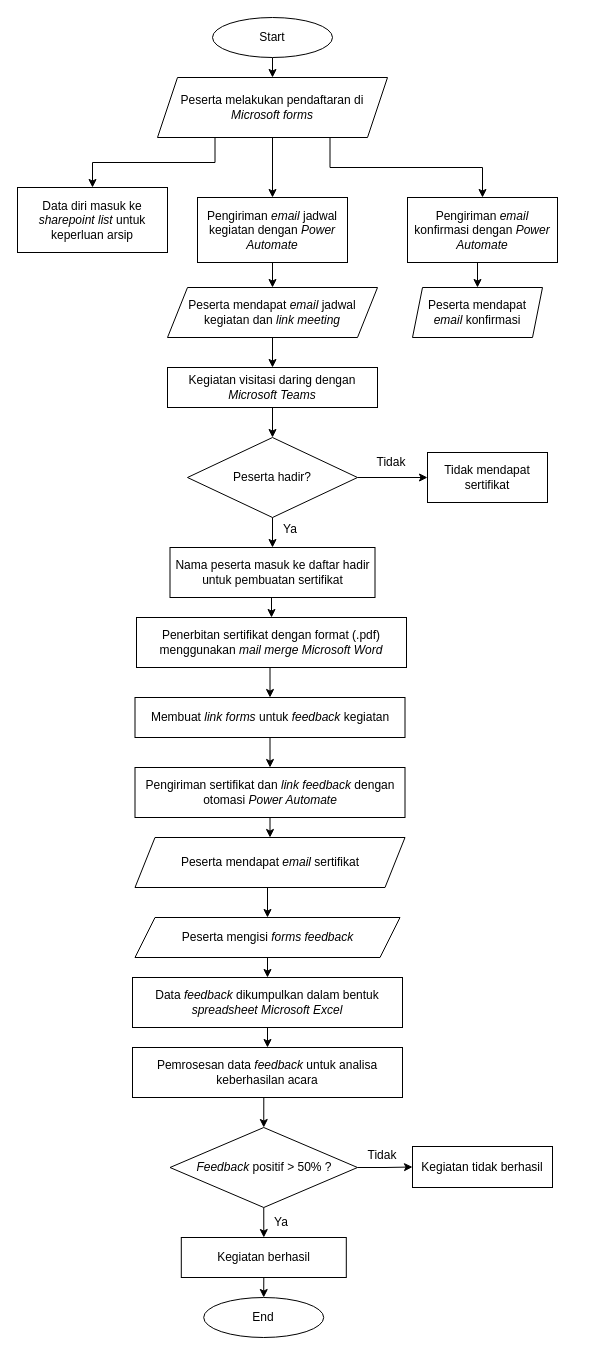
Before: Flowchart Proses.drawio in kairamilanifitria/Capstone-Project, a draw.io diagram. Source tidied: cells renumbered, new cells numbered last; positions are measured from the earlier drawing's top-left corner, leaving out a move shared by most shapes. Both pictures are drawn from the tidied source at 100%, with x=0, y=0 at pixel (17, 17).
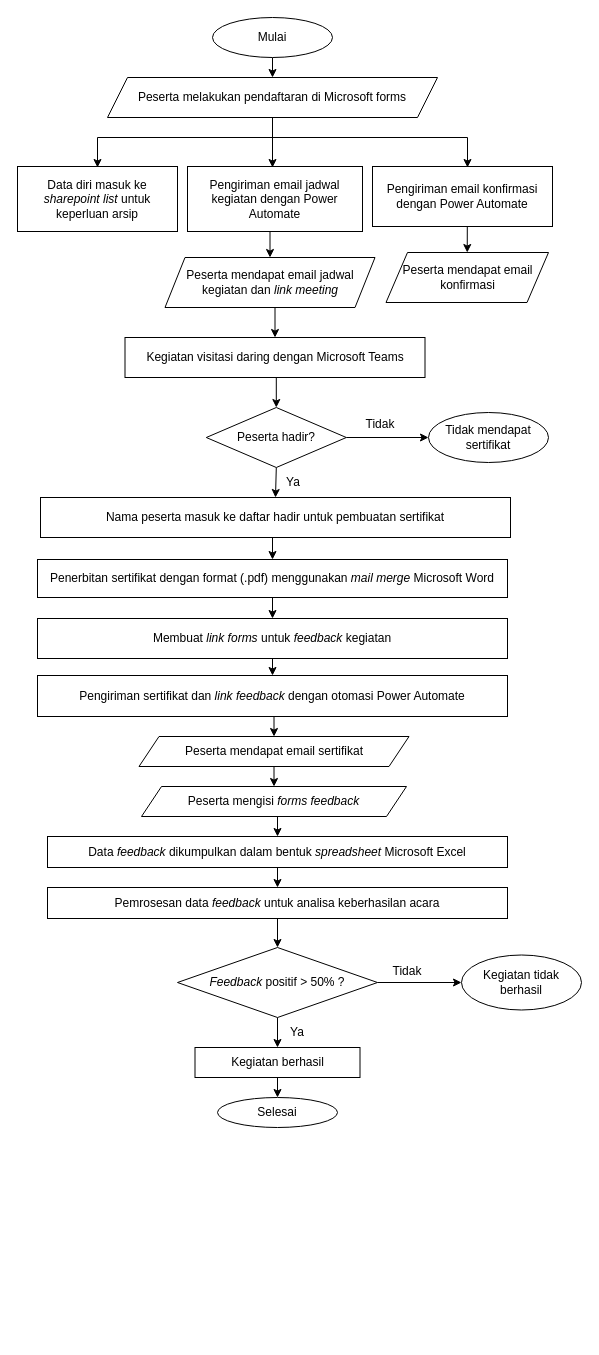
The same page after the edit.

The edit, as a diff of the source:
```diff
@@
-    <mxCell id="3" value="Start" style="ellipse;whiteSpace=wrap;html=1;" parent="1" vertex="1">
+    <mxCell id="3" value="Mulai" style="ellipse;whiteSpace=wrap;html=1;" parent="1" vertex="1">
       <mxGeometry x="195" width="120" height="40" as="geometry" />
     </mxCell>
-    <mxCell id="4" style="edgeStyle=orthogonalEdgeStyle;rounded=0;jettySize=auto;html=1;exitX=0.25;exitY=1;exitDx=0;exitDy=0;entryX=0.5;entryY=0;entryDx=0;entryDy=0;" parent="1" edge="1" source="7" target="8">
-      <mxGeometry relative="1" as="geometry" />
-    </mxCell>
-    <mxCell id="5" style="edgeStyle=orthogonalEdgeStyle;rounded=0;jettySize=auto;html=1;exitX=0.5;exitY=1;exitDx=0;exitDy=0;entryX=0.5;entryY=0;entryDx=0;entryDy=0;" parent="1" edge="1" source="7" target="12">
-      <mxGeometry relative="1" as="geometry" />
-    </mxCell>
-    <mxCell id="6" style="edgeStyle=orthogonalEdgeStyle;rounded=0;jettySize=auto;html=1;exitX=0.75;exitY=1;exitDx=0;exitDy=0;entryX=0.5;entryY=0;entryDx=0;entryDy=0;" parent="1" edge="1" source="7" target="10">
-      <mxGeometry relative="1" as="geometry" />
-    </mxCell>
-    <mxCell id="7" value="Peserta melakukan pendaftaran di &lt;i&gt;Microsoft&amp;nbsp;forms&lt;/i&gt;" style="shape=parallelogram;perimeter=parallelogramPerimeter;whiteSpace=wrap;html=1;fixedSize=1;" parent="1" vertex="1">
-      <mxGeometry x="140" y="60" width="230" height="60" as="geometry" />
+    <mxCell id="7" value="Peserta melakukan pendaftaran di Microsoft&amp;nbsp;forms" style="shape=parallelogram;perimeter=parallelogramPerimeter;whiteSpace=wrap;html=1;fixedSize=1;" parent="1" vertex="1">
+      <mxGeometry x="90" y="60" width="330" height="40" as="geometry" />
     </mxCell>
     <mxCell id="8" value="Data diri masuk ke &lt;i&gt;sharepoint list &lt;/i&gt;untuk keperluan arsip" style="rounded=0;whiteSpace=wrap;html=1;" parent="1" vertex="1">
-      <mxGeometry y="170" width="150" height="65" as="geometry" />
+      <mxGeometry y="149" width="160" height="65" as="geometry" />
     </mxCell>
@@
-    <mxCell id="10" value="Pengiriman &lt;i&gt;email&lt;/i&gt; konfirmasi dengan &lt;i&gt;Power Automate&lt;/i&gt;" style="rounded=0;whiteSpace=wrap;html=1;" parent="1" vertex="1">
-      <mxGeometry x="390" y="180" width="150" height="65" as="geometry" />
+    <mxCell id="10" value="Pengiriman email konfirmasi dengan Power Automate" style="rounded=0;whiteSpace=wrap;html=1;" parent="1" vertex="1">
+      <mxGeometry x="355" y="149" width="180" height="60" as="geometry" />
     </mxCell>
@@
-    <mxCell id="12" value="Pengiriman &lt;i&gt;email&lt;/i&gt; jadwal kegiatan dengan &lt;i&gt;Power Automate&lt;/i&gt;" style="rounded=0;whiteSpace=wrap;html=1;" parent="1" vertex="1">
-      <mxGeometry x="180" y="180" width="150" height="65" as="geometry" />
+    <mxCell id="12" value="Pengiriman email jadwal kegiatan dengan Power Automate" style="rounded=0;whiteSpace=wrap;html=1;" parent="1" vertex="1">
+      <mxGeometry x="170" y="149" width="175" height="65" as="geometry" />
     </mxCell>
-    <mxCell id="13" value="Peserta mendapat &lt;i&gt;email&lt;/i&gt; konfirmasi" style="shape=parallelogram;perimeter=parallelogramPerimeter;whiteSpace=wrap;html=1;fixedSize=1;size=10;" parent="1" vertex="1">
-      <mxGeometry x="395" y="270" width="130" height="50" as="geometry" />
+    <mxCell id="13" value="Peserta mendapat email konfirmasi" style="shape=parallelogram;perimeter=parallelogramPerimeter;whiteSpace=wrap;html=1;fixedSize=1;size=21.5;" parent="1" vertex="1">
+      <mxGeometry x="368.5" y="235" width="162.5" height="50" as="geometry" />
     </mxCell>
-    <mxCell id="14" style="edgeStyle=orthogonalEdgeStyle;rounded=0;jettySize=auto;html=1;exitX=0.5;exitY=1;exitDx=0;exitDy=0;" parent="1" edge="1" source="15" target="17">
+    <mxCell id="14" style="edgeStyle=orthogonalEdgeStyle;rounded=0;jettySize=auto;html=1;exitX=0.5;exitY=1;exitDx=0;exitDy=0;entryX=0.5;entryY=0;entryDx=0;entryDy=0;" parent="1" edge="1" source="15" target="17">
       <mxGeometry relative="1" as="geometry" />
     </mxCell>
-    <mxCell id="15" value="Peserta mendapat &lt;i&gt;email&lt;/i&gt; jadwal kegiatan dan &lt;i&gt;link meeting&lt;/i&gt;" style="shape=parallelogram;perimeter=parallelogramPerimeter;whiteSpace=wrap;html=1;fixedSize=1;" parent="1" vertex="1">
-      <mxGeometry x="150" y="270" width="210" height="50" as="geometry" />
+    <mxCell id="15" value="Peserta mendapat email jadwal kegiatan dan &lt;i&gt;link meeting&lt;/i&gt;" style="shape=parallelogram;perimeter=parallelogramPerimeter;whiteSpace=wrap;html=1;fixedSize=1;" parent="1" vertex="1">
+      <mxGeometry x="147.5" y="240" width="210" height="50" as="geometry" />
     </mxCell>
@@
-    <mxCell id="17" value="Kegiatan visitasi daring dengan &lt;i&gt;Microsoft Teams&lt;/i&gt;" style="rounded=0;whiteSpace=wrap;html=1;" parent="1" vertex="1">
-      <mxGeometry x="150" y="350" width="210" height="40" as="geometry" />
+    <mxCell id="17" value="Kegiatan visitasi daring dengan Microsoft Teams" style="rounded=0;whiteSpace=wrap;html=1;" parent="1" vertex="1">
+      <mxGeometry x="107.5" y="320" width="300" height="40" as="geometry" />
     </mxCell>
+    <mxCell id="19" style="edgeStyle=orthogonalEdgeStyle;rounded=0;jettySize=auto;html=1;exitX=0.5;exitY=1;exitDx=0;exitDy=0;entryX=0.5;entryY=0;entryDx=0;entryDy=0;" parent="1" edge="1" source="20" target="23">
+      <mxGeometry relative="1" as="geometry" />
+    </mxCell>
-    <mxCell id="18" style="edgeStyle=orthogonalEdgeStyle;rounded=0;jettySize=auto;html=1;exitX=1;exitY=0.5;exitDx=0;exitDy=0;entryX=0;entryY=0.5;entryDx=0;entryDy=0;" parent="1" edge="1" source="20" target="21">
+    <mxCell id="18" style="edgeStyle=orthogonalEdgeStyle;rounded=0;jettySize=auto;html=1;exitX=1;exitY=0.5;exitDx=0;exitDy=0;" parent="1" edge="1" source="20" target="21">
       <mxGeometry relative="1" as="geometry" />
     </mxCell>
-    <mxCell id="19" style="edgeStyle=orthogonalEdgeStyle;rounded=0;jettySize=auto;html=1;exitX=0.5;exitY=1;exitDx=0;exitDy=0;entryX=0.5;entryY=0;entryDx=0;entryDy=0;" parent="1" edge="1" source="20" target="23">
-      <mxGeometry relative="1" as="geometry" />
-    </mxCell>
     <mxCell id="20" value="Peserta hadir?" style="rhombus;whiteSpace=wrap;html=1;" parent="1" vertex="1">
-      <mxGeometry x="170" y="420" width="170" height="80" as="geometry" />
+      <mxGeometry x="188.8" y="390" width="140" height="60" as="geometry" />
     </mxCell>
-    <mxCell id="21" value="Tidak mendapat sertifikat" style="rounded=0;whiteSpace=wrap;html=1;" parent="1" vertex="1">
-      <mxGeometry x="410" y="435" width="120" height="50" as="geometry" />
-    </mxCell>
@@
     <mxCell id="23" value="Nama peserta masuk ke daftar hadir untuk pembuatan sertifikat" style="rounded=0;whiteSpace=wrap;html=1;" parent="1" vertex="1">
-      <mxGeometry x="152.5" y="530" width="205" height="50" as="geometry" />
+      <mxGeometry x="23" y="480" width="470" height="40" as="geometry" />
     </mxCell>
@@
-    <mxCell id="25" value="Penerbitan sertifikat dengan format (.pdf) menggunakan &lt;i&gt;mail merge Microsoft Word&lt;/i&gt;" style="rounded=0;whiteSpace=wrap;html=1;" parent="1" vertex="1">
-      <mxGeometry x="119" y="600" width="270" height="50" as="geometry" />
+    <mxCell id="25" value="Penerbitan sertifikat dengan format (.pdf) menggunakan &lt;i&gt;mail merge &lt;/i&gt;Microsoft Word" style="rounded=0;whiteSpace=wrap;html=1;" parent="1" vertex="1">
+      <mxGeometry x="20" y="542" width="470" height="38" as="geometry" />
     </mxCell>
@@
-    <mxCell id="27" value="Pengiriman sertifikat dan &lt;i&gt;link feedback&lt;/i&gt; dengan otomasi &lt;i&gt;Power Automate&lt;/i&gt;" style="rounded=0;whiteSpace=wrap;html=1;" parent="1" vertex="1">
-      <mxGeometry x="117.5" y="750" width="270" height="50" as="geometry" />
+    <mxCell id="27" value="Pengiriman sertifikat dan &lt;i&gt;link feedback&lt;/i&gt; dengan otomasi Power Automate" style="rounded=0;whiteSpace=wrap;html=1;" parent="1" vertex="1">
+      <mxGeometry x="20" y="658" width="470" height="41" as="geometry" />
     </mxCell>
@@
     <mxCell id="29" value="Membuat &lt;i&gt;link forms&lt;/i&gt; untuk &lt;i&gt;feedback &lt;/i&gt;kegiatan" style="rounded=0;whiteSpace=wrap;html=1;" parent="1" vertex="1">
-      <mxGeometry x="117.5" y="680" width="270" height="40" as="geometry" />
+      <mxGeometry x="20" y="601" width="470" height="40" as="geometry" />
     </mxCell>
@@
-    <mxCell id="31" value="Data &lt;i&gt;feedback &lt;/i&gt;dikumpulkan dalam bentuk &lt;i&gt;spreadsheet Microsoft Excel&lt;/i&gt;" style="rounded=0;whiteSpace=wrap;html=1;" parent="1" vertex="1">
-      <mxGeometry x="115" y="960" width="270" height="50" as="geometry" />
+    <mxCell id="31" value="Data &lt;i&gt;feedback &lt;/i&gt;dikumpulkan dalam bentuk &lt;i&gt;spreadsheet &lt;/i&gt;Microsoft Excel" style="rounded=0;whiteSpace=wrap;html=1;" parent="1" vertex="1">
+      <mxGeometry x="30" y="819" width="460" height="31" as="geometry" />
     </mxCell>
@@
-    <mxCell id="33" value="Peserta mendapat &lt;i&gt;email &lt;/i&gt;sertifikat" style="shape=parallelogram;perimeter=parallelogramPerimeter;whiteSpace=wrap;html=1;fixedSize=1;" parent="1" vertex="1">
-      <mxGeometry x="117.5" y="820" width="270" height="50" as="geometry" />
+    <mxCell id="33" value="Peserta mendapat email sertifikat" style="shape=parallelogram;perimeter=parallelogramPerimeter;whiteSpace=wrap;html=1;fixedSize=1;" parent="1" vertex="1">
+      <mxGeometry x="121.5" y="719" width="270" height="30" as="geometry" />
     </mxCell>
@@
     <mxCell id="35" value="Peserta mengisi &lt;i&gt;forms feedback&lt;/i&gt;" style="shape=parallelogram;perimeter=parallelogramPerimeter;whiteSpace=wrap;html=1;fixedSize=1;" parent="1" vertex="1">
-      <mxGeometry x="117.5" y="900" width="265" height="40" as="geometry" />
+      <mxGeometry x="124" y="769" width="265" height="30" as="geometry" />
     </mxCell>
@@
     <mxCell id="37" value="Pemrosesan data &lt;i&gt;feedback &lt;/i&gt;untuk analisa keberhasilan acara" style="rounded=0;whiteSpace=wrap;html=1;" parent="1" vertex="1">
-      <mxGeometry x="115" y="1030" width="270" height="50" as="geometry" />
+      <mxGeometry x="30" y="870" width="460" height="31" as="geometry" />
     </mxCell>
+    <mxCell id="39" style="edgeStyle=orthogonalEdgeStyle;rounded=0;jettySize=auto;html=1;exitX=0.5;exitY=1;exitDx=0;exitDy=0;entryX=0.5;entryY=0;entryDx=0;entryDy=0;" parent="1" edge="1" source="40" target="42">
+      <mxGeometry relative="1" as="geometry" />
+    </mxCell>
-    <mxCell id="38" style="edgeStyle=orthogonalEdgeStyle;rounded=0;jettySize=auto;html=1;exitX=1;exitY=0.5;exitDx=0;exitDy=0;entryX=0;entryY=0.5;entryDx=0;entryDy=0;" parent="1" edge="1" source="40" target="43">
+    <mxCell id="38" style="edgeStyle=orthogonalEdgeStyle;rounded=0;jettySize=auto;html=1;exitX=1;exitY=0.5;exitDx=0;exitDy=0;" parent="1" edge="1" source="40" target="43">
       <mxGeometry relative="1" as="geometry" />
     </mxCell>
-    <mxCell id="39" style="edgeStyle=orthogonalEdgeStyle;rounded=0;jettySize=auto;html=1;exitX=0.5;exitY=1;exitDx=0;exitDy=0;entryX=0.5;entryY=0;entryDx=0;entryDy=0;" parent="1" edge="1" source="40" target="42">
-      <mxGeometry relative="1" as="geometry" />
-    </mxCell>
     <mxCell id="40" value="&lt;i&gt;Feedback &lt;/i&gt;positif &amp;gt; 50% ?" style="rhombus;whiteSpace=wrap;html=1;" parent="1" vertex="1">
-      <mxGeometry x="152.5" y="1110" width="187.5" height="80" as="geometry" />
+      <mxGeometry x="160" y="930" width="200" height="70" as="geometry" />
     </mxCell>
@@
     <mxCell id="42" value="Kegiatan berhasil" style="rounded=0;whiteSpace=wrap;html=1;" parent="1" vertex="1">
-      <mxGeometry x="163.8" y="1220" width="165" height="40" as="geometry" />
+      <mxGeometry x="177.5" y="1030" width="165" height="30" as="geometry" />
     </mxCell>
-    <mxCell id="43" value="Kegiatan tidak berhasil" style="rounded=0;whiteSpace=wrap;html=1;" parent="1" vertex="1">
-      <mxGeometry x="395" y="1129" width="140" height="41" as="geometry" />
-    </mxCell>
-    <mxCell id="44" value="End" style="ellipse;whiteSpace=wrap;html=1;" parent="1" vertex="1">
-      <mxGeometry x="186.2" y="1280" width="120" height="40" as="geometry" />
+    <mxCell id="44" value="Selesai" style="ellipse;whiteSpace=wrap;html=1;" parent="1" vertex="1">
+      <mxGeometry x="200" y="1080" width="120" height="30" as="geometry" />
     </mxCell>
     <mxCell id="45" value="Tidak" style="text;html=1;strokeColor=none;fillColor=none;align=center;verticalAlign=middle;whiteSpace=wrap;rounded=0;" parent="1" vertex="1">
-      <mxGeometry x="344" y="430" width="60" height="30" as="geometry" />
+      <mxGeometry x="332.5" y="397" width="60" height="20" as="geometry" />
     </mxCell>
     <mxCell id="46" value="Ya" style="text;html=1;strokeColor=none;fillColor=none;align=center;verticalAlign=middle;whiteSpace=wrap;rounded=0;" parent="1" vertex="1">
-      <mxGeometry x="243" y="497" width="60" height="30" as="geometry" />
+      <mxGeometry x="246.2" y="450" width="60" height="30" as="geometry" />
     </mxCell>
+    <mxCell id="48" value="Ya" style="text;html=1;strokeColor=none;fillColor=none;align=center;verticalAlign=middle;whiteSpace=wrap;rounded=0;" parent="1" vertex="1">
+      <mxGeometry x="250" y="1000" width="60" height="30" as="geometry" />
+    </mxCell>
+    <mxCell id="21" value="&lt;span&gt;Tidak mendapat sertifikat&lt;/span&gt;" style="ellipse;whiteSpace=wrap;html=1;" parent="1" vertex="1">
+      <mxGeometry x="411" y="395" width="120" height="50" as="geometry" />
+    </mxCell>
+    <mxCell id="49" style="endArrow=none;html=1;rounded=0;" parent="1" edge="1">
+      <mxGeometry relative="1" as="geometry">
+        <mxPoint x="80" y="120" as="sourcePoint" />
+        <mxPoint x="450" y="120" as="targetPoint" />
+      </mxGeometry>
+    </mxCell>
+    <mxCell id="50" style="endArrow=classic;html=1;rounded=0;entryX=0.5;entryY=0;entryDx=0;entryDy=0;" parent="1" edge="1">
+      <mxGeometry relative="1" as="geometry">
+        <mxPoint x="450" y="120" as="sourcePoint" />
+        <mxPoint x="450" y="150" as="targetPoint" />
+      </mxGeometry>
+    </mxCell>
+    <mxCell id="51" style="endArrow=classic;html=1;rounded=0;" parent="1" edge="1">
+      <mxGeometry relative="1" as="geometry">
+        <mxPoint x="80" y="120" as="sourcePoint" />
+        <mxPoint x="80" y="150" as="targetPoint" />
+      </mxGeometry>
+    </mxCell>
+    <mxCell id="52" style="endArrow=classic;html=1;rounded=0;" parent="1" edge="1">
+      <mxGeometry relative="1" as="geometry">
+        <mxPoint x="255" y="120" as="sourcePoint" />
+        <mxPoint x="255" y="150" as="targetPoint" />
+      </mxGeometry>
+    </mxCell>
+    <mxCell id="53" style="endArrow=none;html=1;rounded=0;entryX=0.5;entryY=1;entryDx=0;entryDy=0;" parent="1" edge="1" target="7">
+      <mxGeometry relative="1" as="geometry">
+        <mxPoint x="255" y="120" as="sourcePoint" />
+      </mxGeometry>
+    </mxCell>
+    <mxCell id="43" value="&lt;span&gt;Kegiatan tidak berhasil&lt;/span&gt;" style="ellipse;whiteSpace=wrap;html=1;" parent="1" vertex="1">
+      <mxGeometry x="444" y="937.5" width="120" height="55" as="geometry" />
+    </mxCell>
     <mxCell id="47" value="Tidak" style="text;html=1;strokeColor=none;fillColor=none;align=center;verticalAlign=middle;whiteSpace=wrap;rounded=0;" parent="1" vertex="1">
-      <mxGeometry x="335" y="1123" width="60" height="30" as="geometry" />
+      <mxGeometry x="360" y="944" width="60" height="20" as="geometry" />
     </mxCell>
-    <mxCell id="48" value="Ya" style="text;html=1;strokeColor=none;fillColor=none;align=center;verticalAlign=middle;whiteSpace=wrap;rounded=0;" parent="1" vertex="1">
-      <mxGeometry x="234" y="1190" width="60" height="30" as="geometry" />
-    </mxCell>
```
